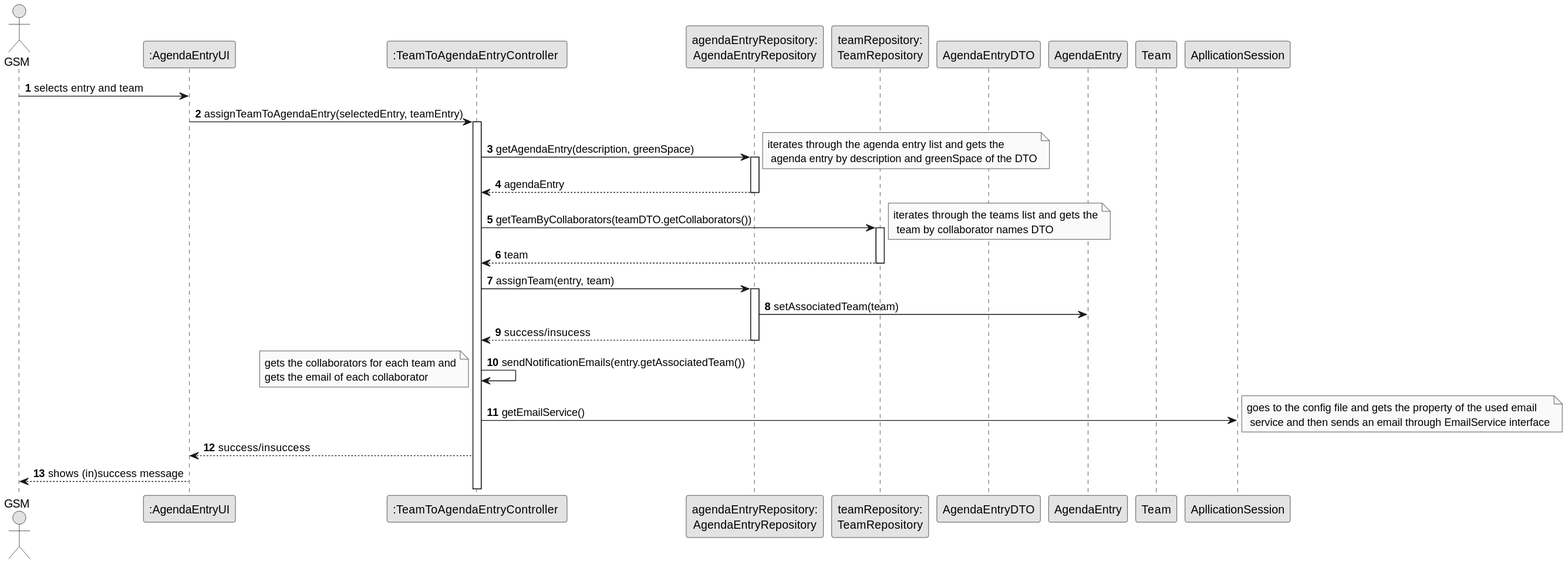
This is docs/sprintC/us025/03.design/svg/us025-sequence-diagram-cancelAgendaEntry.svg from Departamento-de-Engenharia-Informatica/lei-24-s2-1do-g164, a PlantUML export, as it was before one commit.
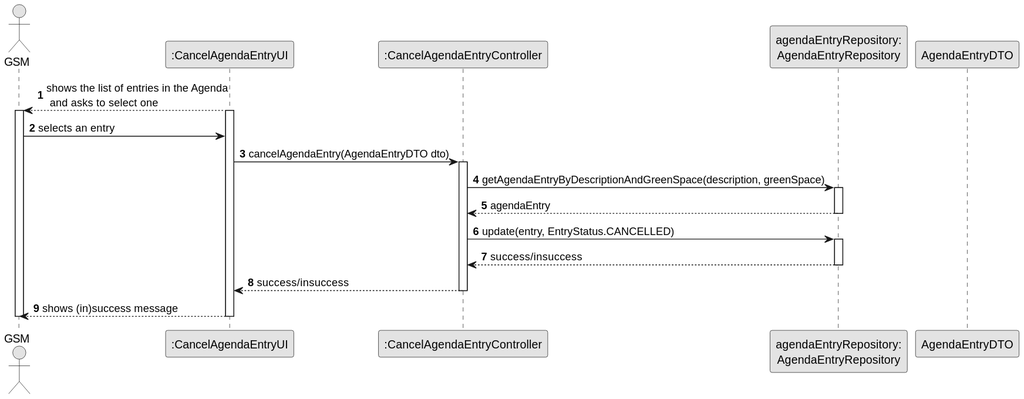
After the change.

Change to the diagram source:
```diff
@@ -6,45 +6,33 @@
 autonumber
 
 actor "GSM" as GSM
-participant ":AgendaEntryUI" as ui
-participant ":TeamToAgendaEntryController " as ctrl
-participant "agendaEntryRepository:\nAgendaEntryRepository" as agendaRepo
-participant "teamRepository:\nTeamRepository" as teamRepo
+participant ":CancelAgendaEntryUI" as UI
+participant ":CancelAgendaEntryController" as CTRL
+participant "agendaEntryRepository:\nAgendaEntryRepository" as Repo
 participant "AgendaEntryDTO" as AgendaEntryDTO
-participant "AgendaEntry" as agendaEntry
-participant "Team" as team
-participant "ApllicationSession" as app
 
-GSM -> ui: selects entry and team
-ui->ctrl: assignTeamToAgendaEntry(selectedEntry, teamEntry)
-activate ctrl
+UI --> GSM : shows the list of entries in the Agenda\n and asks to select one
+activate GSM
+activate UI
+GSM -> UI: selects an entry
+UI -> CTRL: cancelAgendaEntry(AgendaEntryDTO dto)
+deactivate AgendaEntryDTO
+activate CTRL
 
-ctrl -> agendaRepo: getAgendaEntry(description, greenSpace)
-note right: iterates through the agenda entry list and gets the\n agenda entry by description and greenSpace of the DTO
-activate agendaRepo
-agendaRepo--> ctrl: agendaEntry
-deactivate agendaRepo
+CTRL -> Repo: getAgendaEntryByDescriptionAndGreenSpace(description, greenSpace)
+activate Repo
+Repo --> CTRL: agendaEntry
+deactivate Repo
 
-ctrl -> teamRepo: getTeamByCollaborators(teamDTO.getCollaborators())
-note right: iterates through the teams list and gets the\n team by collaborator names DTO
-activate teamRepo
-teamRepo --> ctrl: team
-deactivate teamRepo
+CTRL -> Repo: update(entry, EntryStatus.CANCELLED)
+activate Repo
+Repo --> CTRL: success/insuccess
+deactivate Repo
 
-ctrl -> agendaRepo: assignTeam(entry, team)
-activate agendaRepo
-agendaRepo -> agendaEntry: setAssociatedTeam(team)
-agendaRepo--> ctrl: success/insucess
-deactivate agendaRepo
-
-ctrl -> ctrl: sendNotificationEmails(entry.getAssociatedTeam())
-note left: gets the collaborators for each team and\ngets the email of each collaborator
-ctrl -> app : getEmailService()
-note right: goes to the config file and gets the property of the used email\n service and then sends an email through EmailService interface
-
-ctrl --> ui: success/insuccess
-deactivate app
-ui --> GSM: shows (in)success message
+CTRL --> UI : success/insuccess
+deactivate CTRL
+UI --> GSM : shows (in)success message
+deactivate UI
 
 deactivate GSM
 @enduml
```
